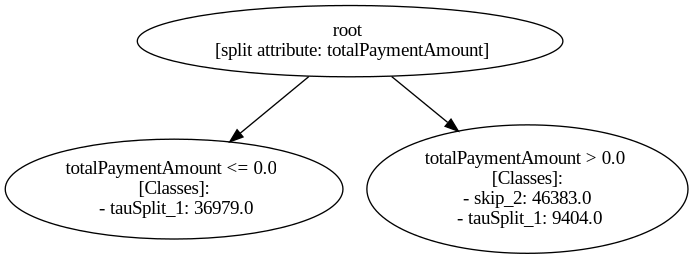
piepor/multiple-paths-decision-mining keeps this Graphviz diagram as figures/Road_Traffic_Fine_Management_Process-p_2-8.gv.png. Above is the earlier version. Its source is kept beside it as figures/Road_Traffic_Fine_Management_Process-p_2-8.gv.
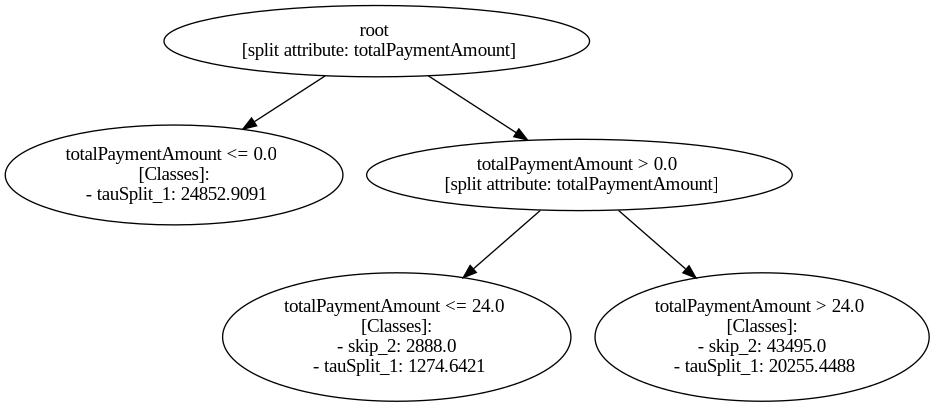
Later version of the same file.

The edit, as a diff of the source:
```diff
@@ -1,13 +1,21 @@
 digraph "Road_Traffic_Fine_Management_Process-p_2-8" {
-	"97fe2e06-6907-42ad-b398-eaafbdddab57" [label="root
+	"1ff84ab2-3677-4398-ba10-ff00fe95a27a" [label="root
  [split attribute: totalPaymentAmount]"]
-	"4ddf96dc-9b1d-4f19-87ee-2cb80e929903" [label="totalPaymentAmount <= 0.0
+	"93b53a86-787a-42cc-99c3-a3c64b265a32" [label="totalPaymentAmount <= 0.0
  [Classes]:
- - tauSplit_1: 36979.0"]
-	"97fe2e06-6907-42ad-b398-eaafbdddab57" -> "4ddf96dc-9b1d-4f19-87ee-2cb80e929903"
-	"2ad71d8a-cb19-452d-843b-0db7e15d0373" [label="totalPaymentAmount > 0.0
+ - tauSplit_1: 24852.9091"]
+	"1ff84ab2-3677-4398-ba10-ff00fe95a27a" -> "93b53a86-787a-42cc-99c3-a3c64b265a32"
+	"5942ff3b-7e12-4f4f-983b-8909715c7fc2" [label="totalPaymentAmount > 0.0
+ [split attribute: totalPaymentAmount]"]
+	"1ff84ab2-3677-4398-ba10-ff00fe95a27a" -> "5942ff3b-7e12-4f4f-983b-8909715c7fc2"
+	"629e8434-d421-4f7c-8c81-54033621b6b8" [label="totalPaymentAmount <= 24.0
  [Classes]:
- - skip_2: 46383.0
- - tauSplit_1: 9404.0"]
-	"97fe2e06-6907-42ad-b398-eaafbdddab57" -> "2ad71d8a-cb19-452d-843b-0db7e15d0373"
+ - skip_2: 2888.0
+ - tauSplit_1: 1274.6421"]
+	"5942ff3b-7e12-4f4f-983b-8909715c7fc2" -> "629e8434-d421-4f7c-8c81-54033621b6b8"
+	"ff1c5cc7-c5d2-4b5d-abd8-96d3528ed7a3" [label="totalPaymentAmount > 24.0
+ [Classes]:
+ - skip_2: 43495.0
+ - tauSplit_1: 20255.4488"]
+	"5942ff3b-7e12-4f4f-983b-8909715c7fc2" -> "ff1c5cc7-c5d2-4b5d-abd8-96d3528ed7a3"
 }
```
